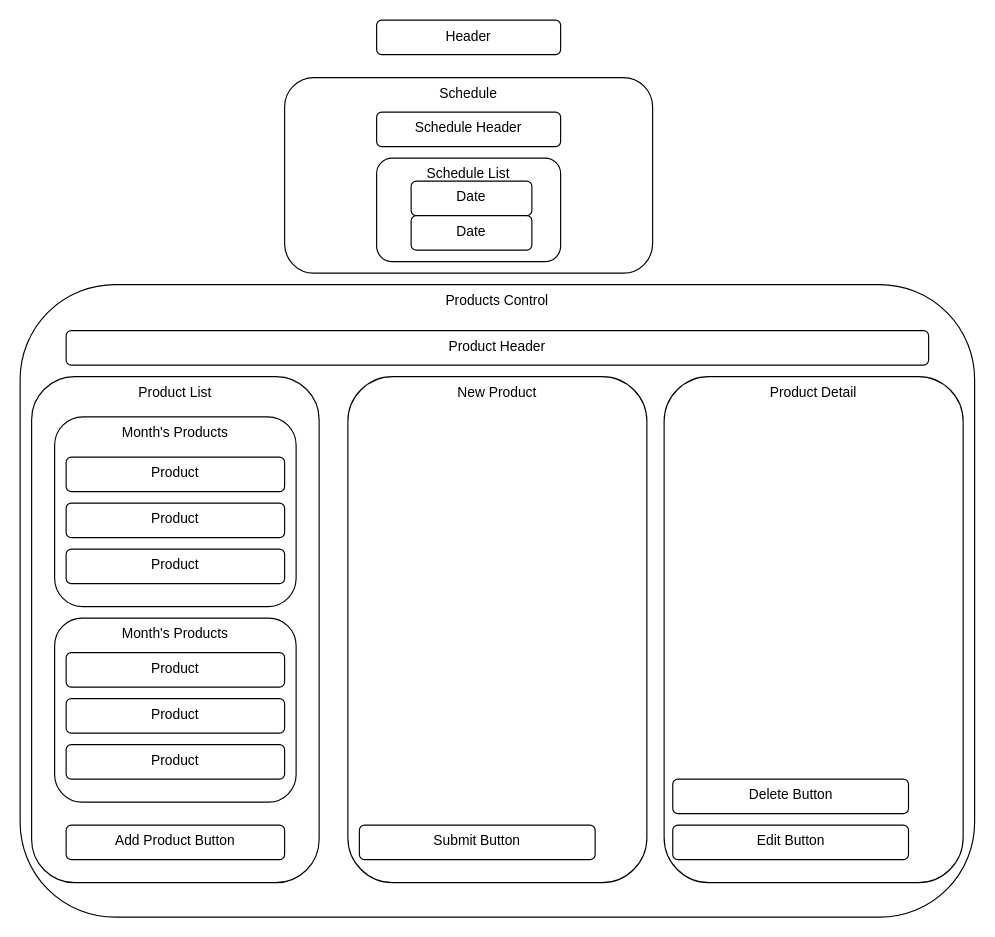
The draw.io diagram Untitled Diagram.drawio in DrewAPeterson7671/react-farmers-market, before the edit. Source tidied: cells renumbered, new cells numbered last; positions are measured from the earlier drawing's top-left corner, leaving out a move shared by most shapes. Both pictures are drawn from the tidied source at 115%, with x=0, y=0 at pixel (20, 20).
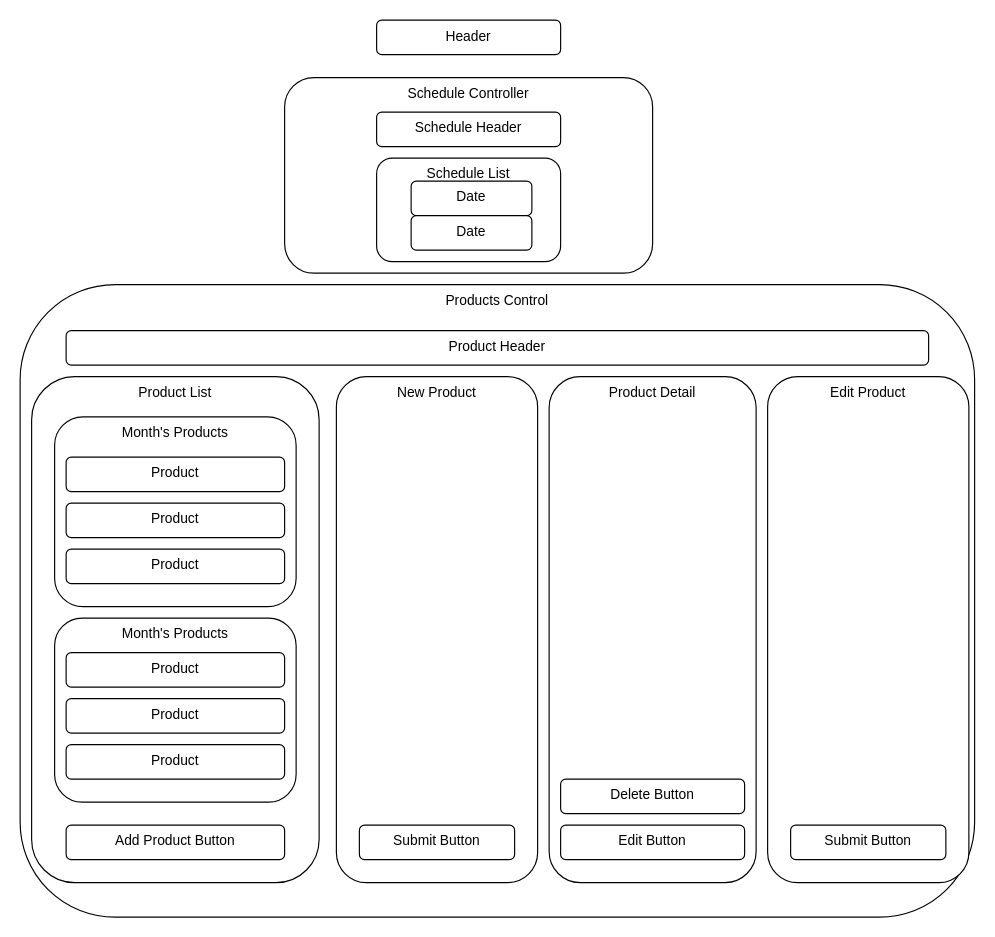
Above is the later version.

The edit, as a diff of the source:
```diff
@@
-    <mxCell id="4" value="Schedule" style="rounded=1;whiteSpace=wrap;html=1;verticalAlign=top;" parent="1" vertex="1">
+    <mxCell id="4" value="Schedule Controller" style="rounded=1;whiteSpace=wrap;html=1;verticalAlign=top;" parent="1" vertex="1">
       <mxGeometry x="230" y="50" width="320" height="170" as="geometry" />
     </mxCell>
@@
     <mxCell id="19" value="New Product" style="rounded=1;whiteSpace=wrap;html=1;verticalAlign=top;" parent="1" vertex="1">
-      <mxGeometry x="285" y="310" width="260" height="440" as="geometry" />
+      <mxGeometry x="275" y="310" width="175" height="440" as="geometry" />
     </mxCell>
     <mxCell id="20" value="Submit Button" style="rounded=1;whiteSpace=wrap;html=1;verticalAlign=top;" parent="1" vertex="1">
-      <mxGeometry x="295" y="700" width="205" height="30" as="geometry" />
+      <mxGeometry x="295" y="700" width="135" height="30" as="geometry" />
     </mxCell>
     <mxCell id="21" value="Product Detail" style="rounded=1;whiteSpace=wrap;html=1;verticalAlign=top;" parent="1" vertex="1">
-      <mxGeometry x="560" y="310" width="260" height="440" as="geometry" />
+      <mxGeometry x="460" y="310" width="180" height="440" as="geometry" />
     </mxCell>
     <mxCell id="22" value="Edit Button" style="rounded=1;whiteSpace=wrap;html=1;verticalAlign=top;" parent="1" vertex="1">
-      <mxGeometry x="567.5" y="700" width="205" height="30" as="geometry" />
+      <mxGeometry x="470" y="700" width="160" height="30" as="geometry" />
     </mxCell>
     <mxCell id="23" value="Delete Button" style="rounded=1;whiteSpace=wrap;html=1;verticalAlign=top;" parent="1" vertex="1">
-      <mxGeometry x="567.5" y="660" width="205" height="30" as="geometry" />
+      <mxGeometry x="470" y="660" width="160" height="30" as="geometry" />
     </mxCell>
@@
+    <mxCell id="26" value="Edit Product" style="rounded=1;whiteSpace=wrap;html=1;verticalAlign=top;" parent="1" vertex="1">
+      <mxGeometry x="650" y="310" width="175" height="440" as="geometry" />
+    </mxCell>
+    <mxCell id="27" value="Submit Button" style="rounded=1;whiteSpace=wrap;html=1;verticalAlign=top;" parent="1" vertex="1">
+      <mxGeometry x="670" y="700" width="135" height="30" as="geometry" />
+    </mxCell>
```
